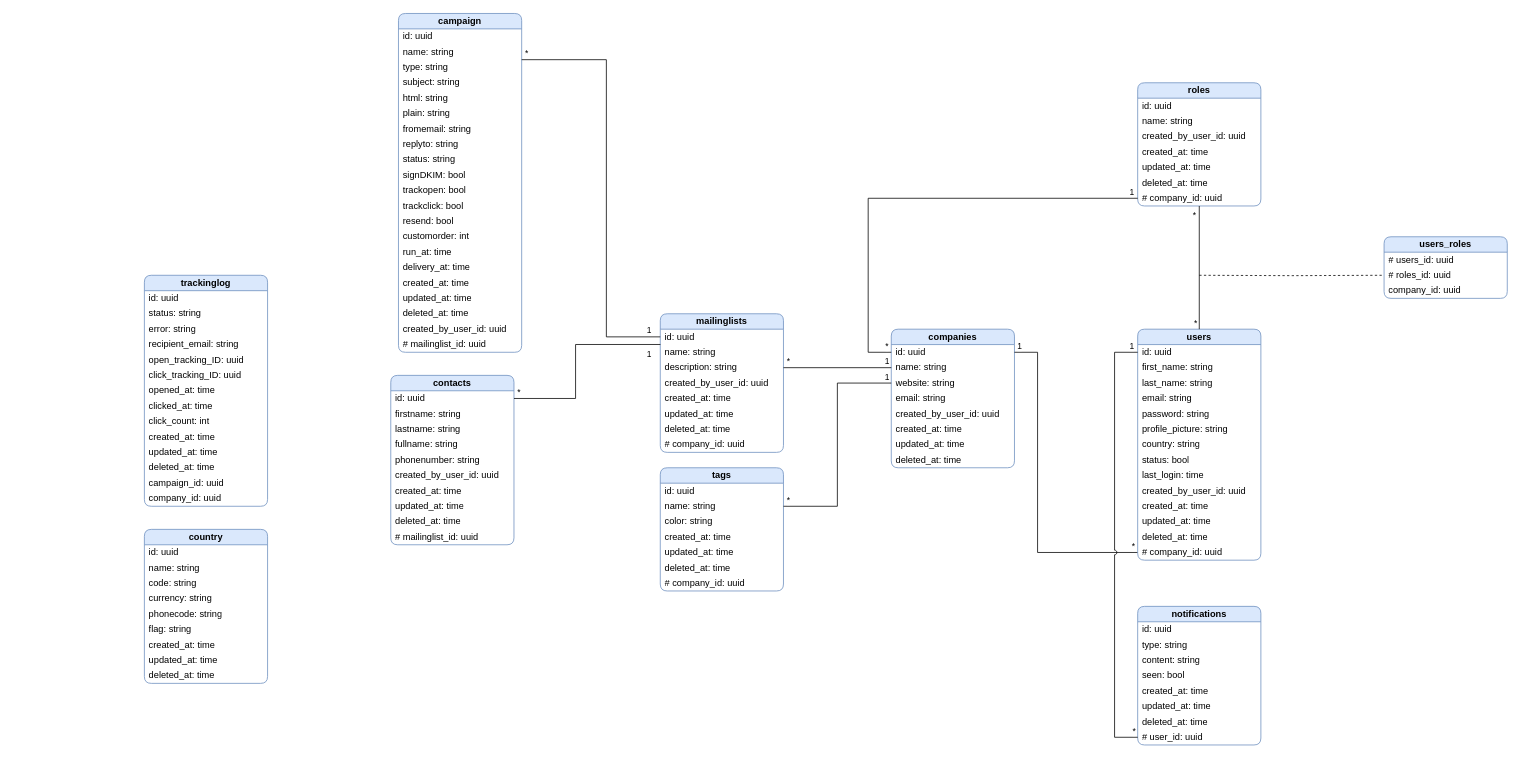
wassim20/golang keeps this draw.io diagram as your_project/class_diagram.drawio. Above is the earlier version. Source tidied: cells renumbered, new cells numbered last; positions are measured from the earlier drawing's top-left corner, leaving out a move shared by most shapes. Both pictures are drawn from the tidied source at 77%, with x=0, y=0 at pixel (144, 13).
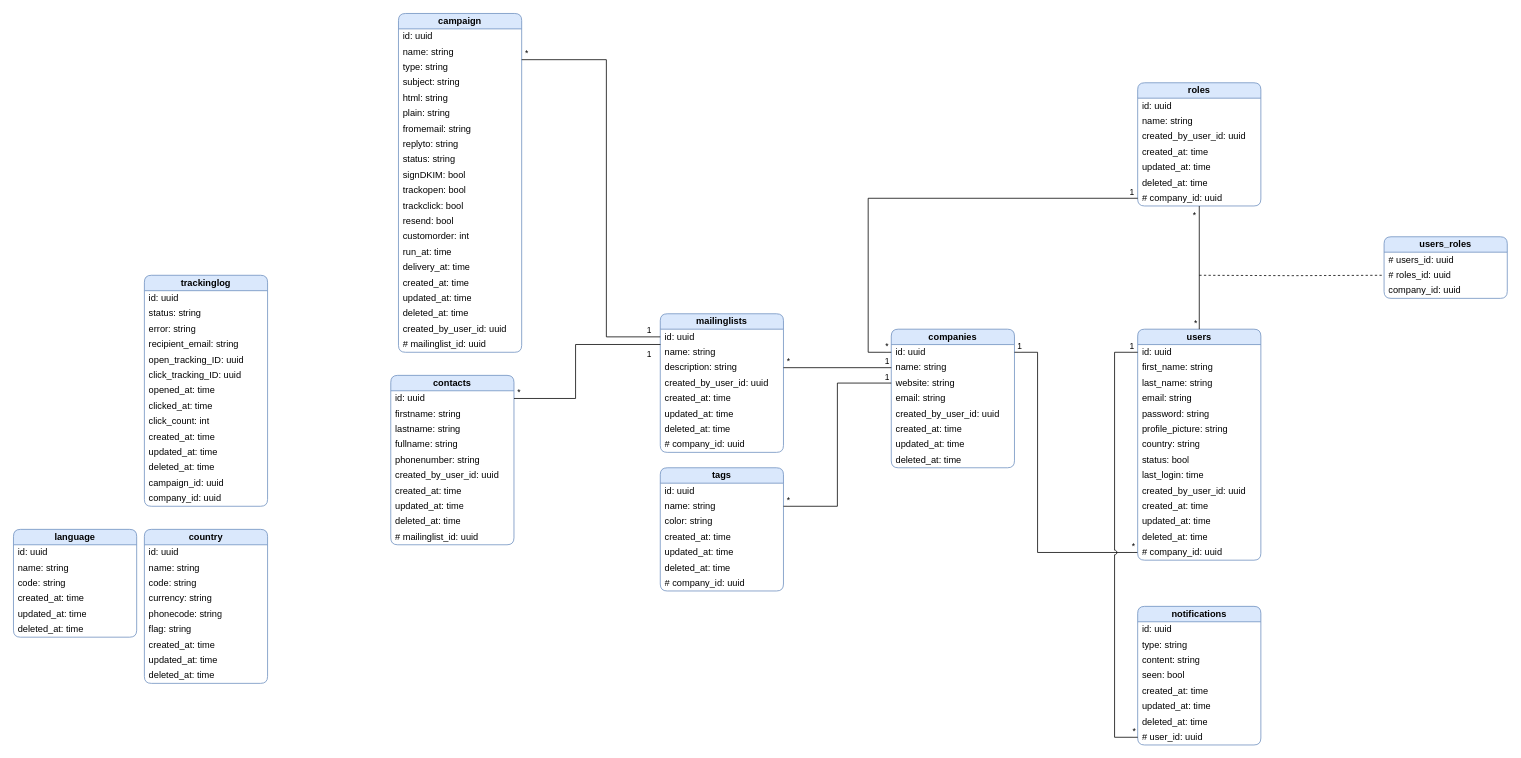
After the change.

Commit message (it also covers changes not shown here):
language and diagram update

Diff of the diagram source:
```diff
@@
+    <mxCell id="147" value="&lt;b&gt;language&lt;/b&gt;" style="swimlane;fontStyle=0;align=center;verticalAlign=middle;horizontal=1;startSize=20;html=1;whiteSpace=wrap;rounded=1;fillColor=#dae8fc;strokeColor=#6c8ebf;" parent="1" vertex="1">
+      <mxGeometry x="-170" y="670" width="160" height="140" as="geometry" />
+    </mxCell>
+    <mxCell id="148" value="id: uuid" style="text;html=1;strokeColor=none;fillColor=none;align=left;verticalAlign=middle;spacingLeft=4;spacingRight=4;overflow=hidden;whiteSpace=wrap;" parent="147" vertex="1">
+      <mxGeometry y="20" width="160" height="20" as="geometry" />
+    </mxCell>
+    <mxCell id="149" value="name: string" style="text;html=1;strokeColor=none;fillColor=none;align=left;verticalAlign=middle;spacingLeft=4;spacingRight=4;overflow=hidden;whiteSpace=wrap;" parent="147" vertex="1">
+      <mxGeometry y="40" width="160" height="20" as="geometry" />
+    </mxCell>
+    <mxCell id="150" value="code: string" style="text;html=1;strokeColor=none;fillColor=none;align=left;verticalAlign=middle;spacingLeft=4;spacingRight=4;overflow=hidden;whiteSpace=wrap;" parent="147" vertex="1">
+      <mxGeometry y="60" width="160" height="20" as="geometry" />
+    </mxCell>
+    <mxCell id="151" value="created_at:&amp;nbsp;time" style="text;html=1;strokeColor=none;fillColor=none;align=left;verticalAlign=middle;spacingLeft=4;spacingRight=4;overflow=hidden;whiteSpace=wrap;" parent="147" vertex="1">
+      <mxGeometry y="80" width="160" height="20" as="geometry" />
+    </mxCell>
+    <mxCell id="152" value="updated_at:&amp;nbsp;time" style="text;html=1;strokeColor=none;fillColor=none;align=left;verticalAlign=middle;spacingLeft=4;spacingRight=4;overflow=hidden;whiteSpace=wrap;" parent="147" vertex="1">
+      <mxGeometry y="100" width="160" height="20" as="geometry" />
+    </mxCell>
+    <mxCell id="153" value="deleted_at:&amp;nbsp;time" style="text;html=1;strokeColor=none;fillColor=none;align=left;verticalAlign=middle;spacingLeft=4;spacingRight=4;overflow=hidden;whiteSpace=wrap;" parent="147" vertex="1">
+      <mxGeometry y="120" width="160" height="20" as="geometry" />
+    </mxCell>
```
